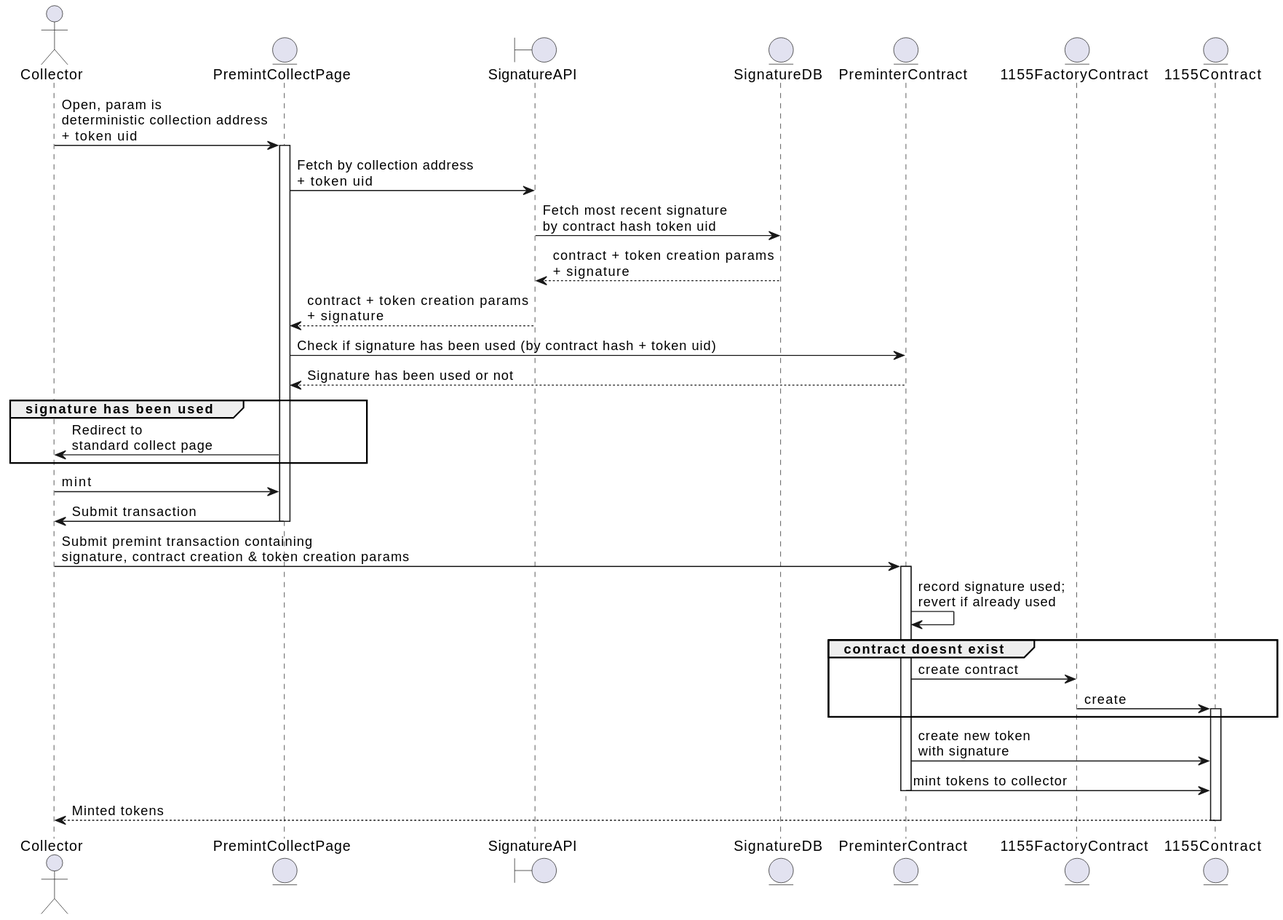
Before: uml/generated/gasslessCreate-collecting-sequence.svg, a diagram exported from PlantUML (ourzora/zora-protocol).
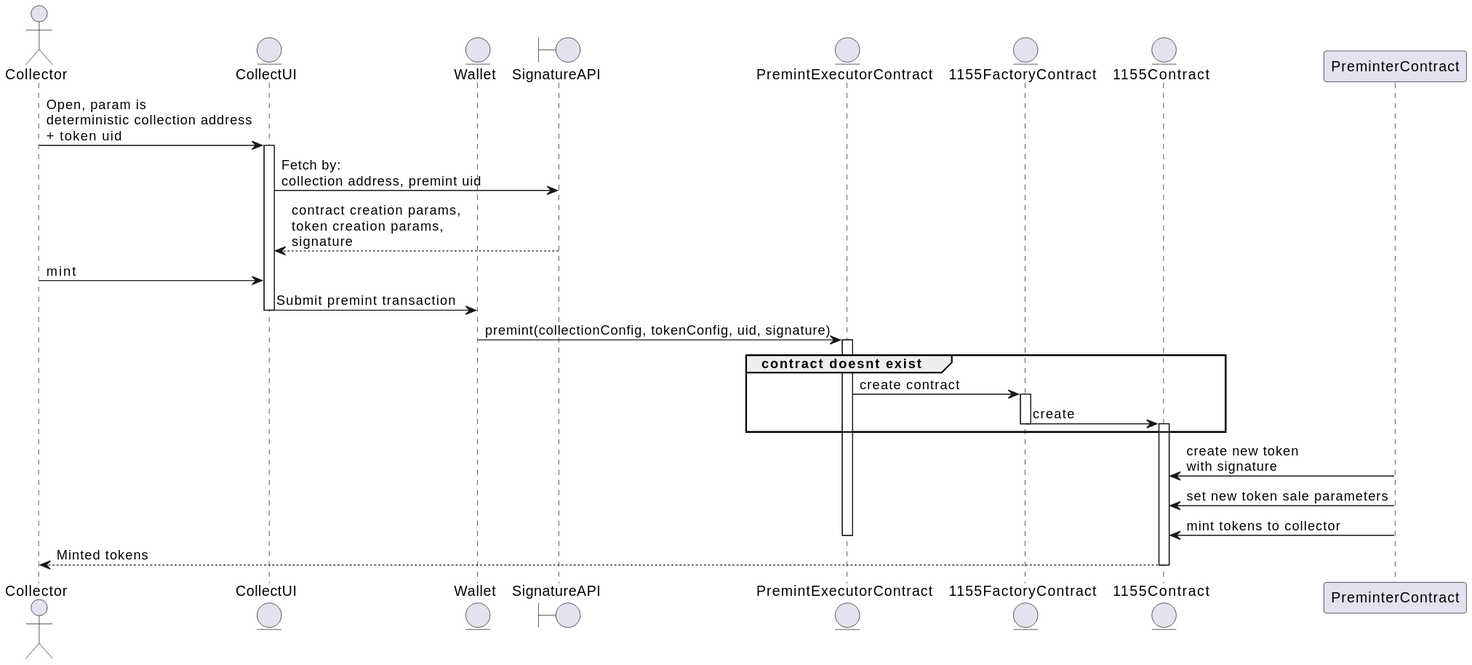
The same file after the commit.

Change to the diagram source:
```diff
@@ -1,46 +1,38 @@
 @startuml
 actor Collector
-entity PremintCollectPage
+entity CollectUI
+entity Wallet
 boundary SignatureAPI
-entity SignatureDB
-entity PreminterContract
+entity PremintExecutorContract
 entity 1155FactoryContract
 entity 1155Contract
 
-Collector -> PremintCollectPage: Open, param is \ndeterministic collection address\n+ token uid
-Activate PremintCollectPage
-PremintCollectPage -> SignatureAPI: Fetch by collection address\n+ token uid
-SignatureAPI -> SignatureDB: Fetch most recent signature\nby contract hash token uid
-SignatureDB --> SignatureAPI: contract + token creation params\n+ signature
-SignatureAPI --> PremintCollectPage: contract + token creation params\n+ signature
-PremintCollectPage -> PreminterContract: Check if signature has been used (by contract hash + token uid)
-PreminterContract --> PremintCollectPage: Signature has been used or not
+Collector -> CollectUI: Open, param is \ndeterministic collection address\n+ token uid
+Activate CollectUI
+CollectUI -> SignatureAPI: Fetch by:\ncollection address, premint uid
+SignatureAPI --> CollectUI: contract creation params,\ntoken creation params,\nsignature
 
-Group signature has been used
-
-    PremintCollectPage -> Collector: Redirect to \nstandard collect page
-
-end
-
-Collector -> PremintCollectPage: mint
-PremintCollectPage -> Collector: Submit transaction
-deactivate PremintCollectPage
-Collector -> PreminterContract: Submit premint transaction containing \nsignature, contract creation & token creation params
-activate PreminterContract
-PreminterContract -> PreminterContract: record signature used;\nrevert if already used
+Collector -> CollectUI: mint
+CollectUI -> Wallet: Submit premint transaction
+deactivate CollectUI
+Wallet -> PremintExecutorContract: premint(collectionConfig, tokenConfig, uid, signature)
+activate PremintExecutorContract
 
 Group contract doesnt exist
 
-    PreminterContract -> 1155FactoryContract: create contract
+    PremintExecutorContract -> 1155FactoryContract: create contract
+    activate 1155FactoryContract
     1155FactoryContract -> 1155Contract: create
+    deactivate 1155FactoryContract
     activate 1155Contract
 
 end
 
 PreminterContract -> 1155Contract: create new token\nwith signature
+PreminterContract -> 1155Contract: set new token sale parameters
 PreminterContract -> 1155Contract: mint tokens to collector
 
-deactivate PreminterContract
+deactivate PremintExecutorContract
 1155Contract --> Collector: Minted tokens
 deactivate 1155Contract
 @enduml
```
